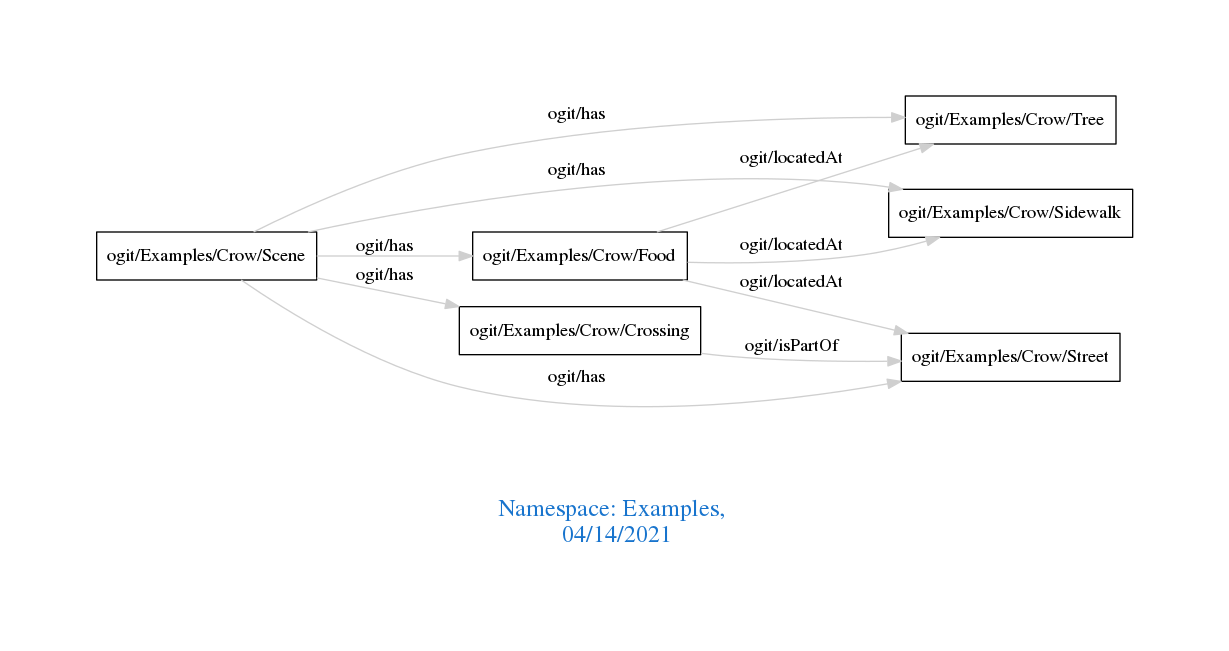
This is downloads/Examples.png from arago/OGIT, a Graphviz export, as it was before one commit. Its source is kept beside it as downloads/Examples.dot.
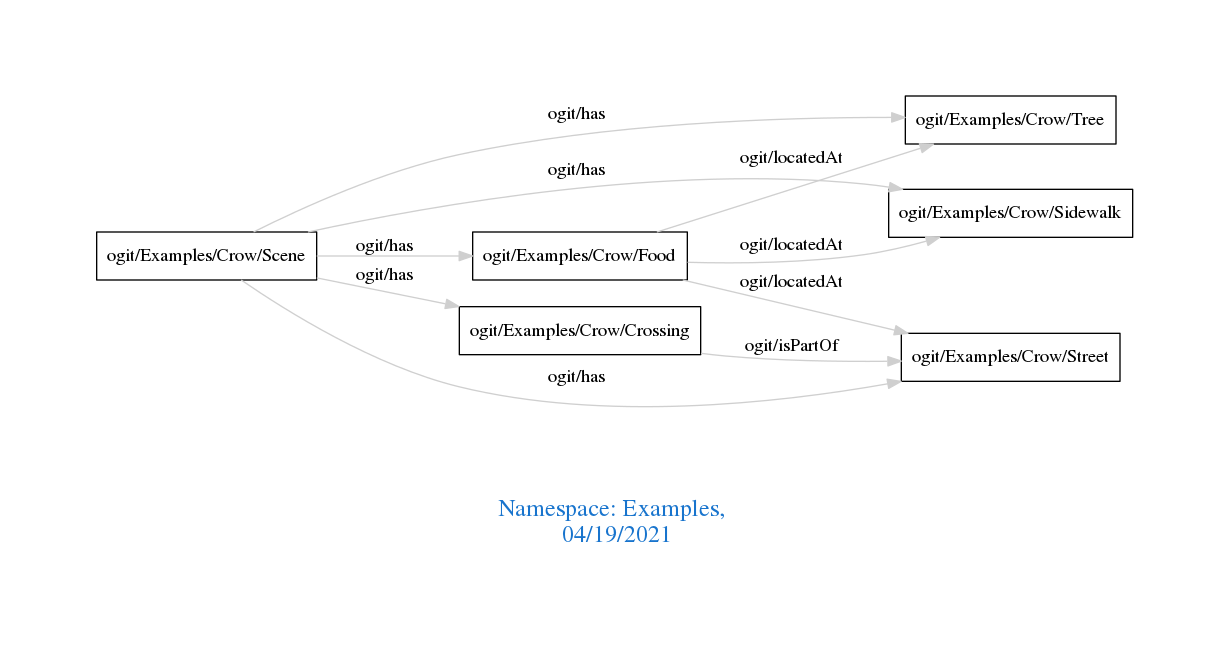
After the change.

Change to the diagram source:
```diff
@@ -1,7 +1,7 @@
 digraph OGIT_ontology {
  graph [ rankdir= LR,pad=1
 fontsize = 18,
-fontcolor= dodgerblue3,label = "\n\n\nNamespace: Examples, \n 04/14/2021"];
+fontcolor= dodgerblue3,label = "\n\n\nNamespace: Examples, \n 04/19/2021"];
 node[shape=polygon];
 edge [  color="gray81"];
 
```
